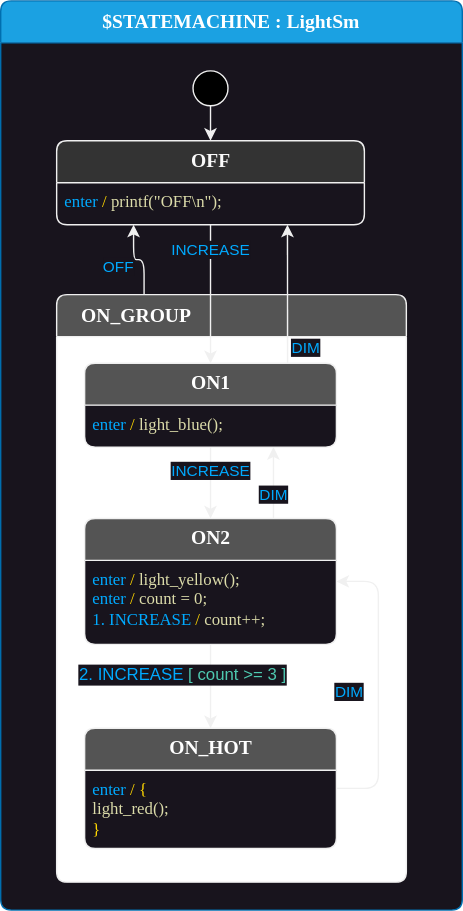
Before: lesson-5/c99-msvc/src/LightSm.drawio.svg, a diagram exported from draw.io (StateSmith/tutorial-2). Source tidied: cells renumbered, new cells last; positions are measured from the earlier drawing's top-left corner, leaving out a move shared by most shapes. The source it was exported from:
```xml
<mxGraphModel>
  <root>
    <mxCell id="0" />
    <mxCell id="1" parent="0" />
    <mxCell id="2" value="$STATEMACHINE : LightSm" style="shape=swimlane;align=center;verticalAlign=top;fontFamily=Lucida Console;startSize=30;fontSize=14;fontStyle=1;swimlaneFillColor=#18141d;rounded=1;arcSize=15;absoluteArcSize=1;fillColor=#1ba1e2;fontColor=#ffffff;strokeColor=#006EAF;" parent="1" vertex="1">
      <mxGeometry width="330" height="650" as="geometry" />
    </mxCell>
    <mxCell id="3" value="ON_GROUP " style="shape=swimlane;align=left;verticalAlign=top;fontFamily=Lucida Console;startSize=30;fontSize=14;fontStyle=1;fontColor=#ffffff;fillColor=#545454;swimlaneFillColor=default;rounded=1;arcSize=15;absoluteArcSize=1;strokeColor=#F0F0F0;spacingLeft=16;" parent="2" vertex="1">
      <mxGeometry x="40" y="210" width="250" height="420" as="geometry" />
    </mxCell>
    <mxCell id="4" value=" " style="fontFamily=Lucida Console;align=left;verticalAlign=top;fillColor=none;gradientColor=none;strokeColor=none;rounded=0;spacingLeft=4;" parent="3" vertex="1">
      <mxGeometry y="30" width="30" height="20" as="geometry" />
    </mxCell>
    <mxCell id="5" value="ON1" style="shape=swimlane;align=center;verticalAlign=top;fontFamily=Lucida Console;startSize=30;fontSize=14;fontStyle=1;swimlaneFillColor=#18141d;html=1;rounded=1;arcSize=15;absoluteArcSize=1;fillColor=#545454;fontColor=#ffffff;strokeColor=#F0F0F0;" parent="3" vertex="1">
      <mxGeometry x="20" y="49" width="180" height="60" as="geometry" />
    </mxCell>
    <mxCell id="6" value="&lt;font color=&quot;#00aaff&quot;&gt;enter&lt;/font&gt; &lt;font color=&quot;#ffd700&quot;&gt;/&lt;/font&gt; &lt;font color=&quot;#dcdcaa&quot;&gt;light_blue();&lt;/font&gt;" style="fontFamily=Lucida Console;align=left;verticalAlign=top;fillColor=none;gradientColor=none;strokeColor=none;rounded=0;spacingLeft=4;html=1;" parent="5" vertex="1">
      <mxGeometry y="30" width="180" height="30" as="geometry" />
    </mxCell>
    <mxCell id="7" value="DIM" style="edgeStyle=none;html=1;exitX=0.75;exitY=0;exitDx=0;exitDy=0;entryX=0.75;entryY=1;entryDx=0;entryDy=0;fontColor=#00AAFF;strokeColor=#F0F0F0;labelBackgroundColor=#18141D;" parent="3" edge="1" source="13" target="5">
      <mxGeometry x="-0.33" relative="1" as="geometry" />
    </mxCell>
    <mxCell id="8" value="&lt;font&gt;INCREASE&lt;/font&gt;" style="edgeStyle=none;html=1;entryX=0.5;entryY=0;entryDx=0;entryDy=0;fontColor=#00AAFF;strokeColor=#F0F0F0;labelBackgroundColor=#18141D;" parent="3" edge="1" source="5" target="13">
      <mxGeometry x="-0.33" relative="1" as="geometry" />
    </mxCell>
    <mxCell id="9" value="DIM" style="html=1;exitX=1;exitY=0.5;exitDx=0;exitDy=0;entryX=1;entryY=0.5;entryDx=0;entryDy=0;strokeColor=#F0F0F0;fontColor=#00AAFF;labelBackgroundColor=#18141D;edgeStyle=orthogonalEdgeStyle;" parent="3" edge="1" source="10" target="13">
      <mxGeometry x="-0.05" y="21" relative="1" as="geometry">
        <Array as="points">
          <mxPoint x="230" y="353" />
          <mxPoint x="230" y="205" />
        </Array>
      </mxGeometry>
    </mxCell>
    <mxCell id="10" value="ON_HOT" style="shape=swimlane;align=center;verticalAlign=top;fontFamily=Lucida Console;startSize=30;fontSize=14;fontStyle=1;swimlaneFillColor=#18141d;html=1;rounded=1;arcSize=15;absoluteArcSize=1;fillColor=#545454;fontColor=#ffffff;strokeColor=#F0F0F0;" parent="3" vertex="1">
      <mxGeometry x="20" y="310" width="180" height="86" as="geometry" />
    </mxCell>
    <mxCell id="11" value="&lt;font color=&quot;#00aaff&quot;&gt;enter&lt;/font&gt; &lt;font color=&quot;#ffd700&quot;&gt;/ {&lt;/font&gt;&lt;br&gt;&amp;nbsp;&amp;nbsp;&lt;font color=&quot;#dcdcaa&quot;&gt;light_red();&lt;br&gt;&lt;/font&gt;&lt;span style=&quot;color: rgb(255, 215, 0);&quot;&gt;}&lt;/span&gt;&lt;font color=&quot;#dcdcaa&quot;&gt;&lt;br&gt;&lt;/font&gt;" style="fontFamily=Lucida Console;align=left;verticalAlign=top;fillColor=none;gradientColor=none;strokeColor=none;rounded=0;spacingLeft=4;html=1;" parent="10" vertex="1">
      <mxGeometry y="30" width="121" height="55" as="geometry" />
    </mxCell>
    <mxCell id="12" value="&lt;font style=&quot;font-size: 12px;&quot;&gt;&lt;font color=&quot;#00aaff&quot;&gt;2. INCREASE&lt;/font&gt; &lt;font color=&quot;#4ec9b0&quot;&gt;[ count &amp;gt;= 3 ]&lt;/font&gt;&lt;/font&gt;" style="edgeStyle=none;html=1;verticalAlign=middle;entryX=0.5;entryY=0;entryDx=0;entryDy=0;exitX=0.5;exitY=1;exitDx=0;exitDy=0;strokeColor=#F0F0F0;labelBackgroundColor=#18141D;" parent="3" edge="1" source="13" target="10">
      <mxGeometry x="-0.27" y="-20" relative="1" as="geometry" />
    </mxCell>
    <mxCell id="13" value="ON2" style="shape=swimlane;align=center;verticalAlign=top;fontFamily=Lucida Console;startSize=30;fontSize=14;fontStyle=1;swimlaneFillColor=#18141d;html=1;rounded=1;arcSize=15;absoluteArcSize=1;fillColor=#545454;fontColor=#ffffff;strokeColor=#F0F0F0;" parent="3" vertex="1">
      <mxGeometry x="20" y="160" width="180" height="90" as="geometry" />
    </mxCell>
    <mxCell id="14" value="&lt;font color=&quot;#00aaff&quot;&gt;enter&amp;nbsp;&lt;/font&gt;&lt;font color=&quot;#ffd700&quot;&gt;/&lt;/font&gt;&amp;nbsp;&lt;font color=&quot;#dcdcaa&quot;&gt;light_yellow();&lt;br&gt;&lt;/font&gt;&lt;font color=&quot;#00aaff&quot;&gt;enter&lt;/font&gt;&amp;nbsp;&lt;font color=&quot;#ffd700&quot;&gt;/&lt;/font&gt;&amp;nbsp;&lt;font color=&quot;#dcdcaa&quot;&gt;count = 0;&lt;br&gt;&lt;/font&gt;&lt;font color=&quot;#00aaff&quot;&gt;1. INCREASE&lt;/font&gt;&amp;nbsp;&lt;font color=&quot;#ffd700&quot;&gt;/&lt;/font&gt;&amp;nbsp;&lt;font color=&quot;#dcdcaa&quot;&gt;count++;&lt;/font&gt;&lt;font color=&quot;#dcdcaa&quot;&gt;&lt;br&gt;&lt;/font&gt;" style="fontFamily=Lucida Console;align=left;verticalAlign=top;fillColor=none;gradientColor=none;strokeColor=none;rounded=0;spacingLeft=4;html=1;" parent="13" vertex="1">
      <mxGeometry y="30" width="190" height="60" as="geometry" />
    </mxCell>
    <mxCell id="15" value=" " style="fontFamily=Lucida Console;align=left;verticalAlign=top;fillColor=none;gradientColor=none;strokeColor=none;rounded=0;spacingLeft=4;" parent="2" vertex="1">
      <mxGeometry y="30" width="30" height="20" as="geometry" />
    </mxCell>
    <mxCell id="16" style="edgeStyle=none;html=1;strokeColor=#F0F0F0;" parent="2" edge="1" source="17" target="18">
      <mxGeometry relative="1" as="geometry" />
    </mxCell>
    <mxCell id="17" value="$initial_state" style="shape=ellipse;fillColor=#000000;noLabel=1;strokeColor=#F0F0F0;" parent="2" vertex="1">
      <mxGeometry x="137.5" y="50" width="25" height="25" as="geometry" />
    </mxCell>
    <mxCell id="18" value="OFF" style="shape=swimlane;align=center;verticalAlign=top;fontFamily=Lucida Console;startSize=30;fontSize=14;fontStyle=1;swimlaneFillColor=#18141d;html=1;rounded=1;arcSize=15;absoluteArcSize=1;fillColor=#333333;fontColor=#FAFAFA;strokeColor=#F0F0F0;" parent="2" vertex="1">
      <mxGeometry x="40" y="100" width="220" height="60" as="geometry" />
    </mxCell>
    <mxCell id="19" value="&lt;font color=&quot;#00aaff&quot;&gt;enter &lt;/font&gt;&lt;font color=&quot;#ffd700&quot;&gt;/&lt;/font&gt; &lt;font color=&quot;#dcdcaa&quot;&gt;printf(&quot;OFF\n&quot;);&lt;/font&gt;" style="fontFamily=Lucida Console;align=left;verticalAlign=top;fillColor=none;gradientColor=none;strokeColor=none;rounded=0;spacingLeft=4;html=1;" parent="18" vertex="1">
      <mxGeometry y="30" width="200" height="30" as="geometry" />
    </mxCell>
    <mxCell id="20" value="OFF" style="edgeStyle=orthogonalEdgeStyle;html=1;exitX=0.25;exitY=0;exitDx=0;exitDy=0;entryX=0.25;entryY=1;entryDx=0;entryDy=0;fontColor=#00AAFF;strokeColor=#F0F0F0;labelBackgroundColor=#18141D;" parent="2" edge="1" source="3" target="18">
      <mxGeometry x="0.2" y="13" relative="1" as="geometry">
        <mxPoint x="2" y="6" as="offset" />
      </mxGeometry>
    </mxCell>
    <mxCell id="21" value="DIM" style="edgeStyle=none;html=1;exitX=0.806;exitY=0.007;exitDx=0;exitDy=0;exitPerimeter=0;fontColor=#00AAFF;entryX=0.75;entryY=1;entryDx=0;entryDy=0;strokeColor=#F0F0F0;labelBackgroundColor=#18141D;" parent="2" edge="1" source="5" target="18">
      <mxGeometry x="-0.78" y="-13" relative="1" as="geometry" />
    </mxCell>
    <mxCell id="22" value="INCREASE" style="edgeStyle=none;html=1;exitX=0.5;exitY=1;exitDx=0;exitDy=0;entryX=0.5;entryY=0;entryDx=0;entryDy=0;fontColor=#00AAFF;labelBackgroundColor=#18141D;strokeColor=#F0F0F0;" parent="2" edge="1" source="18" target="5">
      <mxGeometry x="-0.65" relative="1" as="geometry" />
    </mxCell>
  </root>
</mxGraphModel>
```
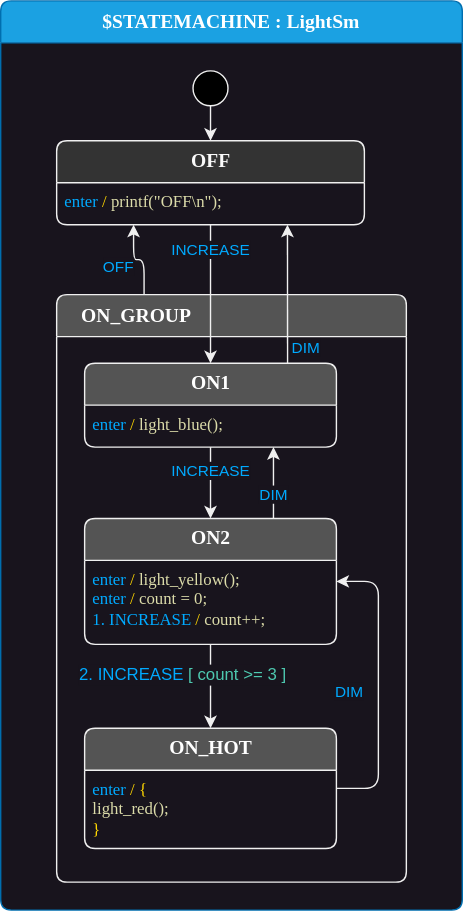
After the commit.

Commit message:
light theme fix

The edit, as a diff of the source:
```diff
@@ -5,7 +5,7 @@
     <mxCell id="2" value="$STATEMACHINE : LightSm" style="shape=swimlane;align=center;verticalAlign=top;fontFamily=Lucida Console;startSize=30;fontSize=14;fontStyle=1;swimlaneFillColor=#18141d;rounded=1;arcSize=15;absoluteArcSize=1;fillColor=#1ba1e2;fontColor=#ffffff;strokeColor=#006EAF;" parent="1" vertex="1">
       <mxGeometry width="330" height="650" as="geometry" />
     </mxCell>
-    <mxCell id="3" value="ON_GROUP " style="shape=swimlane;align=left;verticalAlign=top;fontFamily=Lucida Console;startSize=30;fontSize=14;fontStyle=1;fontColor=#ffffff;fillColor=#545454;swimlaneFillColor=default;rounded=1;arcSize=15;absoluteArcSize=1;strokeColor=#F0F0F0;spacingLeft=16;" parent="2" vertex="1">
+    <mxCell id="3" value="ON_GROUP " style="shape=swimlane;align=left;verticalAlign=top;fontFamily=Lucida Console;startSize=30;fontSize=14;fontStyle=1;fontColor=#ffffff;fillColor=#545454;swimlaneFillColor=none;rounded=1;arcSize=15;absoluteArcSize=1;strokeColor=#F0F0F0;spacingLeft=16;" parent="2" vertex="1">
       <mxGeometry x="40" y="210" width="250" height="420" as="geometry" />
     </mxCell>
     <mxCell id="4" value=" " style="fontFamily=Lucida Console;align=left;verticalAlign=top;fillColor=none;gradientColor=none;strokeColor=none;rounded=0;spacingLeft=4;" parent="3" vertex="1">
```
